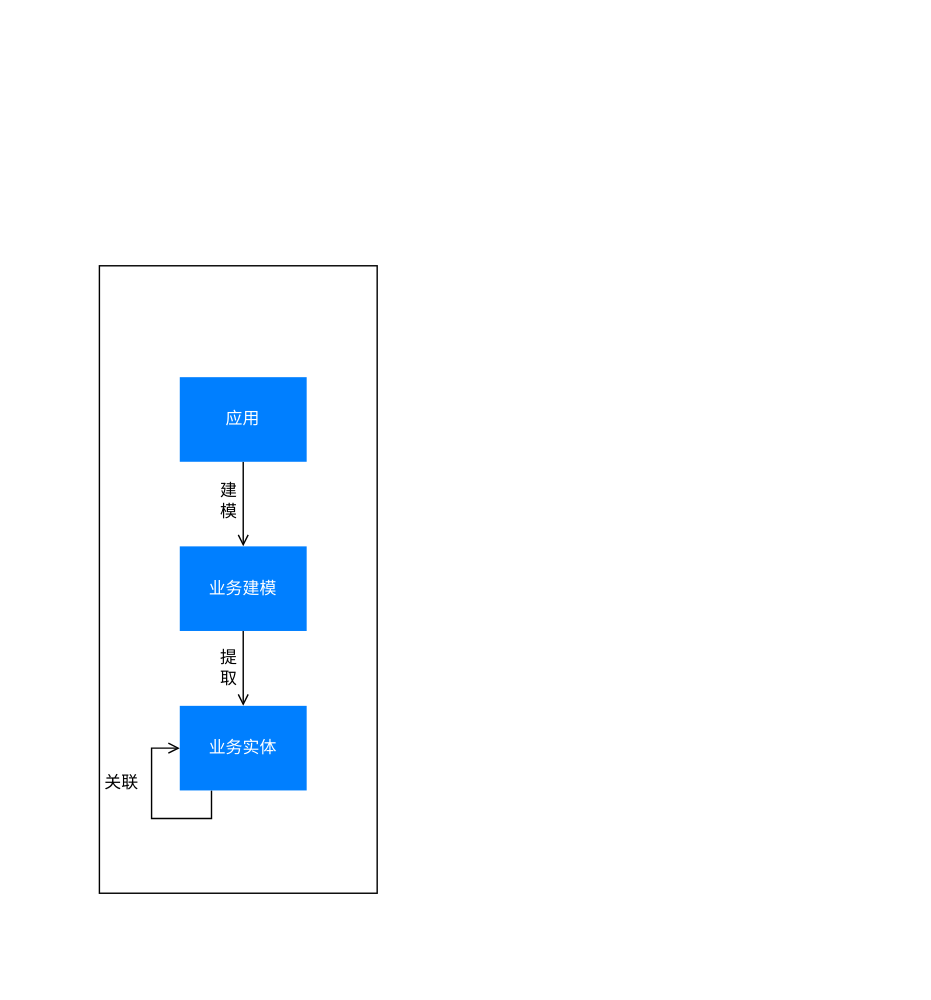
This is docs/LCDP.drawio from lokiworks/codebase, a draw.io file, before an edit. Source tidied: cells renumbered, new cells numbered last; positions are measured from the earlier drawing's top-left corner, leaving out a move shared by most shapes. Both pictures are drawn from the tidied source at 141%, with x=0, y=0 at pixel (99, 265).
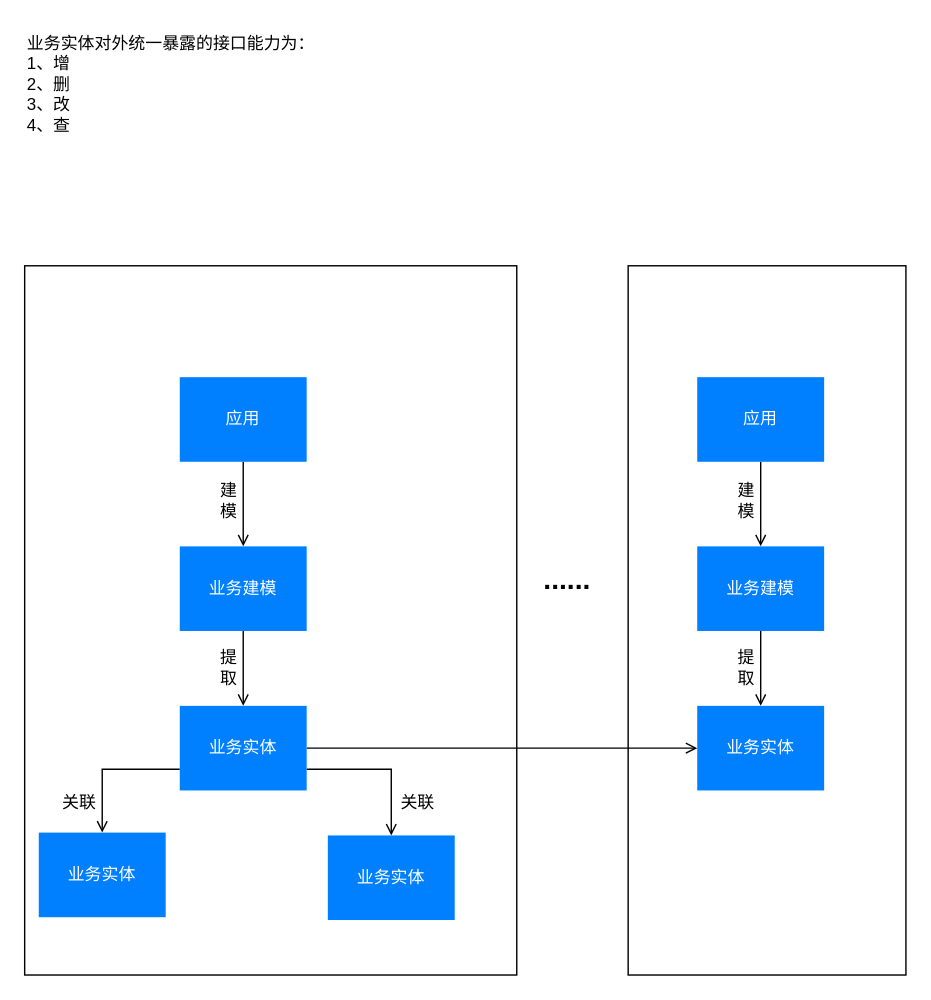
The same page after the edit.

Unchanged cells that the change refers to:
```xml
<mxCell id="6" value="&lt;font color=&quot;#ffffff&quot;&gt;业务实体&lt;/font&gt;" style="rounded=0;whiteSpace=wrap;html=1;fillColor=#007FFF;strokeColor=none;" parent="1" vertex="1">
  <mxGeometry x="57" y="312.1" width="90" height="60" as="geometry" />
</mxCell>
```

What changed in the source:
```diff
@@
+    <mxCell id="12" style="rounded=0;whiteSpace=wrap;html=1;" parent="1" vertex="1">
+      <mxGeometry x="375" width="197" height="503" as="geometry" />
+    </mxCell>
     <mxCell id="2" style="rounded=0;whiteSpace=wrap;html=1;" parent="1" vertex="1">
-      <mxGeometry width="197" height="445" as="geometry" />
+      <mxGeometry x="-53" width="349" height="503" as="geometry" />
     </mxCell>
@@
-    <mxCell id="5" style="edgeStyle=orthogonalEdgeStyle;rounded=0;orthogonalLoop=1;jettySize=auto;html=1;endArrow=open;endFill=0;entryX=0;entryY=0.5;entryDx=0;entryDy=0;exitX=0.25;exitY=1;exitDx=0;exitDy=0;" parent="1" edge="1" source="6" target="6">
-      <mxGeometry relative="1" as="geometry">
-        <Array as="points">
-          <mxPoint x="80" y="392" />
-          <mxPoint x="37" y="392" />
-          <mxPoint x="37" y="342" />
-        </Array>
-      </mxGeometry>
-    </mxCell>
+    <mxCell id="13" style="edgeStyle=orthogonalEdgeStyle;rounded=0;jettySize=auto;html=1;fontSize=20;endArrow=open;endFill=0;exitX=0;exitY=0.75;exitDx=0;exitDy=0;" parent="1" edge="1" source="6" target="24">
+      <mxGeometry relative="1" as="geometry" />
+    </mxCell>
+    <mxCell id="14" style="edgeStyle=orthogonalEdgeStyle;rounded=0;jettySize=auto;html=1;exitX=1;exitY=0.5;exitDx=0;exitDy=0;fontSize=12;endArrow=open;endFill=0;" parent="1" edge="1" source="6" target="18">
+      <mxGeometry relative="1" as="geometry" />
+    </mxCell>
+    <mxCell id="15" style="edgeStyle=orthogonalEdgeStyle;rounded=0;jettySize=auto;html=1;exitX=1;exitY=0.75;exitDx=0;exitDy=0;entryX=0.5;entryY=0;entryDx=0;entryDy=0;fontSize=12;endArrow=open;endFill=0;" parent="1" edge="1" source="6" target="26">
+      <mxGeometry relative="1" as="geometry" />
+    </mxCell>
@@
-    <mxCell id="8" value="关联" style="text;html=1;strokeColor=none;fillColor=none;align=center;verticalAlign=middle;whiteSpace=wrap;rounded=0;" parent="1" vertex="1">
-      <mxGeometry y="353" width="32" height="27" as="geometry" />
-    </mxCell>
@@
+    <mxCell id="16" style="edgeStyle=orthogonalEdgeStyle;rounded=0;jettySize=auto;html=1;exitX=0.5;exitY=1;exitDx=0;exitDy=0;endArrow=open;endFill=0;" parent="1" edge="1" source="17" target="18">
+      <mxGeometry relative="1" as="geometry" />
+    </mxCell>
+    <mxCell id="17" value="&lt;font color=&quot;#ffffff&quot;&gt;业务建模&lt;/font&gt;" style="rounded=0;whiteSpace=wrap;html=1;fillColor=#007FFF;strokeColor=none;" parent="1" vertex="1">
+      <mxGeometry x="424" y="199" width="90" height="60" as="geometry" />
+    </mxCell>
+    <mxCell id="18" value="&lt;font color=&quot;#ffffff&quot;&gt;业务实体&lt;/font&gt;" style="rounded=0;whiteSpace=wrap;html=1;fillColor=#007FFF;strokeColor=none;" parent="1" vertex="1">
+      <mxGeometry x="424" y="312.1" width="90" height="60" as="geometry" />
+    </mxCell>
+    <mxCell id="19" value="提取" style="text;html=1;strokeColor=none;fillColor=none;align=center;verticalAlign=middle;whiteSpace=wrap;rounded=0;" parent="1" vertex="1">
+      <mxGeometry x="450" y="259" width="18" height="51" as="geometry" />
+    </mxCell>
+    <mxCell id="20" style="edgeStyle=orthogonalEdgeStyle;rounded=0;jettySize=auto;html=1;entryX=0.5;entryY=0;entryDx=0;entryDy=0;endArrow=open;endFill=0;" parent="1" edge="1" source="21" target="17">
+      <mxGeometry relative="1" as="geometry" />
+    </mxCell>
+    <mxCell id="21" value="&lt;font color=&quot;#ffffff&quot;&gt;应用&lt;/font&gt;" style="rounded=0;whiteSpace=wrap;html=1;fillColor=#007FFF;strokeColor=none;" parent="1" vertex="1">
+      <mxGeometry x="424" y="79" width="90" height="60" as="geometry" />
+    </mxCell>
+    <mxCell id="22" value="建模" style="text;html=1;strokeColor=none;fillColor=none;align=center;verticalAlign=middle;whiteSpace=wrap;rounded=0;" parent="1" vertex="1">
+      <mxGeometry x="450" y="141" width="18" height="51" as="geometry" />
+    </mxCell>
+    <mxCell id="23" value="......" style="text;html=1;strokeColor=none;fillColor=none;align=center;verticalAlign=middle;whiteSpace=wrap;rounded=0;fontStyle=1;fontSize=20;" parent="1" vertex="1">
+      <mxGeometry x="302" y="207" width="60" height="30" as="geometry" />
+    </mxCell>
+    <mxCell id="24" value="&lt;font color=&quot;#ffffff&quot;&gt;业务实体&lt;/font&gt;" style="rounded=0;whiteSpace=wrap;html=1;fillColor=#007FFF;strokeColor=none;" parent="1" vertex="1">
+      <mxGeometry x="-43" y="402" width="90" height="60" as="geometry" />
+    </mxCell>
+    <mxCell id="25" value="关联" style="text;html=1;strokeColor=none;fillColor=none;align=center;verticalAlign=middle;whiteSpace=wrap;rounded=0;fontSize=12;" parent="1" vertex="1">
+      <mxGeometry x="-33" y="366" width="38" height="30" as="geometry" />
+    </mxCell>
+    <mxCell id="26" value="&lt;font color=&quot;#ffffff&quot;&gt;业务实体&lt;/font&gt;" style="rounded=0;whiteSpace=wrap;html=1;fillColor=#007FFF;strokeColor=none;" parent="1" vertex="1">
+      <mxGeometry x="162" y="404" width="90" height="60" as="geometry" />
+    </mxCell>
+    <mxCell id="27" value="关联" style="text;html=1;strokeColor=none;fillColor=none;align=center;verticalAlign=middle;whiteSpace=wrap;rounded=0;fontSize=12;" parent="1" vertex="1">
+      <mxGeometry x="207" y="366" width="38" height="30" as="geometry" />
+    </mxCell>
+    <mxCell id="28" value="业务实体对外统一暴露的接口能力为：&lt;br&gt;1、增&lt;br&gt;2、删&lt;br&gt;3、改&lt;br&gt;4、查" style="text;html=1;strokeColor=none;fillColor=none;align=left;verticalAlign=top;whiteSpace=wrap;rounded=0;fontSize=12;horizontal=1;" parent="1" vertex="1">
+      <mxGeometry x="-53" y="-171" width="256" height="149" as="geometry" />
+    </mxCell>
```
